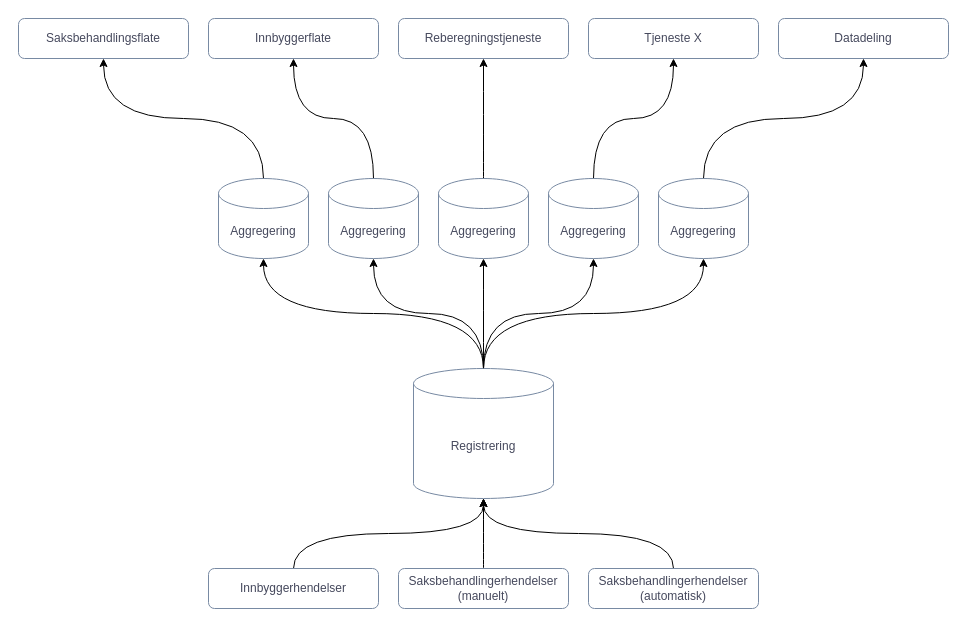
Earlier version of the draw.io diagram docs/test.drawio (navikt/dp-dokumentasjon). Source tidied: cells renumbered, new cells numbered last; positions are measured from the earlier drawing's top-left corner, leaving out a move shared by most shapes. Both pictures are drawn from the tidied source at 100%, with x=0, y=0 at pixel (18, 18).
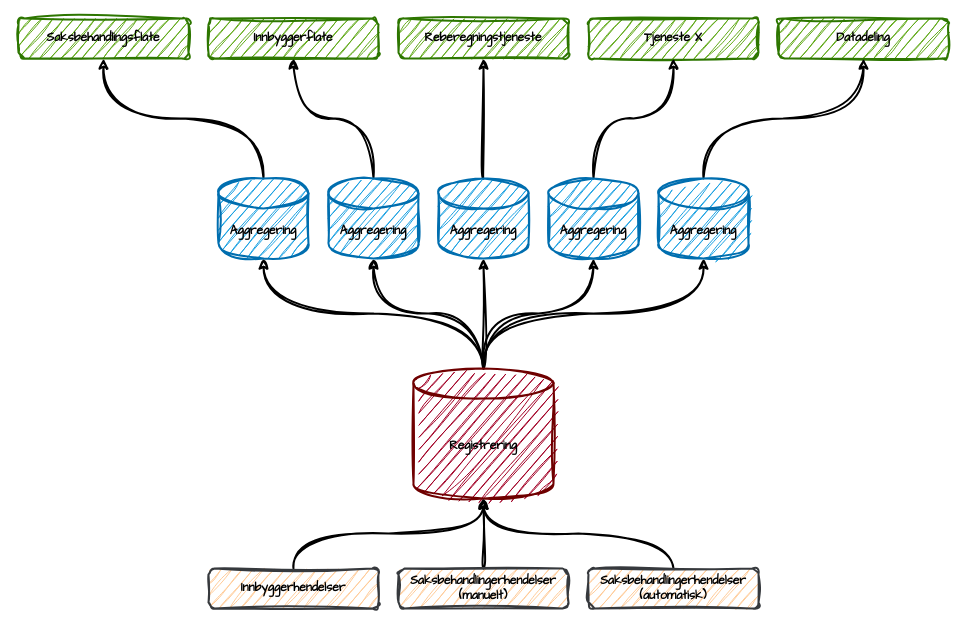
Above is the later version.

Change to the diagram source:
```diff
@@
-    <mxCell id="2" value="Saksbehandlingsflate" style="rounded=1;whiteSpace=wrap;html=1;strokeColor=#788AA3;fontColor=#46495D;fillColor=none;" parent="1" vertex="1">
+    <mxCell id="2" value="Saksbehandlingsflate" style="rounded=1;whiteSpace=wrap;html=1;strokeColor=#2D7600;fontColor=#000000;fillColor=#60a917;sketch=1;curveFitting=1;jiggle=2;strokeWidth=2;fontFamily=Comic Sans MS;fillStyle=auto;fontStyle=1;" parent="1" vertex="1">
       <mxGeometry width="170" height="40" as="geometry" />
     </mxCell>
-    <mxCell id="3" value="Innbyggerflate" style="rounded=1;whiteSpace=wrap;html=1;strokeColor=#788AA3;fontColor=#46495D;fillColor=none;" parent="1" vertex="1">
+    <mxCell id="3" value="Innbyggerflate" style="rounded=1;whiteSpace=wrap;html=1;strokeColor=#2D7600;fontColor=#000000;fillColor=#60a917;sketch=1;curveFitting=1;jiggle=2;strokeWidth=2;fontFamily=Comic Sans MS;fillStyle=auto;fontStyle=1;" parent="1" vertex="1">
       <mxGeometry x="190" width="170" height="40" as="geometry" />
     </mxCell>
-    <mxCell id="4" value="Reberegningstjeneste" style="rounded=1;whiteSpace=wrap;html=1;strokeColor=#788AA3;fontColor=#46495D;fillColor=none;" parent="1" vertex="1">
+    <mxCell id="4" value="Reberegningstjeneste" style="rounded=1;whiteSpace=wrap;html=1;strokeColor=#2D7600;fontColor=#000000;fillColor=#60a917;sketch=1;curveFitting=1;jiggle=2;strokeWidth=2;fontFamily=Comic Sans MS;fillStyle=auto;fontStyle=1;" parent="1" vertex="1">
       <mxGeometry x="380" width="170" height="40" as="geometry" />
     </mxCell>
-    <mxCell id="5" value="Tjeneste X" style="rounded=1;whiteSpace=wrap;html=1;strokeColor=#788AA3;fontColor=#46495D;fillColor=none;" parent="1" vertex="1">
+    <mxCell id="5" value="Tjeneste X" style="rounded=1;whiteSpace=wrap;html=1;strokeColor=#2D7600;fontColor=#000000;fillColor=#60a917;sketch=1;curveFitting=1;jiggle=2;strokeWidth=2;fontFamily=Comic Sans MS;fillStyle=auto;fontStyle=1;" parent="1" vertex="1">
       <mxGeometry x="570" width="170" height="40" as="geometry" />
     </mxCell>
-    <mxCell id="6" value="Datadeling" style="rounded=1;whiteSpace=wrap;html=1;strokeColor=#788AA3;fontColor=#46495D;fillColor=none;" parent="1" vertex="1">
+    <mxCell id="6" value="Datadeling" style="rounded=1;whiteSpace=wrap;html=1;strokeColor=#2D7600;fontColor=#000000;fillColor=#60a917;sketch=1;curveFitting=1;jiggle=2;strokeWidth=2;fontFamily=Comic Sans MS;fillStyle=auto;fontStyle=1;" parent="1" vertex="1">
       <mxGeometry x="760" width="170" height="40" as="geometry" />
     </mxCell>
-    <mxCell id="7" style="edgeStyle=orthogonalEdgeStyle;rounded=0;jettySize=auto;html=1;entryX=0.5;entryY=1;entryDx=0;entryDy=0;curved=1;exitX=0.5;exitY=0;exitDx=0;exitDy=0;exitPerimeter=0;" parent="1" edge="1" source="8" target="2">
+    <mxCell id="7" style="edgeStyle=orthogonalEdgeStyle;rounded=0;jettySize=auto;html=1;entryX=0.5;entryY=1;entryDx=0;entryDy=0;curved=1;exitX=0.5;exitY=0;exitDx=0;exitDy=0;exitPerimeter=0;sketch=1;curveFitting=1;jiggle=2;strokeWidth=2;fontFamily=Comic Sans MS;fontColor=#000000;fontStyle=1;" parent="1" edge="1" source="8" target="2">
       <mxGeometry relative="1" as="geometry" />
     </mxCell>
-    <mxCell id="8" value="Aggregering" style="shape=cylinder3;whiteSpace=wrap;html=1;boundedLbl=1;backgroundOutline=1;size=15;strokeColor=#788AA3;fontColor=#46495D;fillColor=none;" parent="1" vertex="1">
+    <mxCell id="8" value="Aggregering" style="shape=cylinder3;whiteSpace=wrap;html=1;boundedLbl=1;backgroundOutline=1;size=15;strokeColor=#006EAF;fontColor=#000000;fillColor=#1ba1e2;sketch=1;curveFitting=1;jiggle=2;strokeWidth=2;fontFamily=Comic Sans MS;fontStyle=1;" parent="1" vertex="1">
       <mxGeometry x="200" y="160" width="90" height="80" as="geometry" />
     </mxCell>
-    <mxCell id="9" style="edgeStyle=orthogonalEdgeStyle;curved=1;rounded=0;jettySize=auto;html=1;entryX=0.5;entryY=1;entryDx=0;entryDy=0;entryPerimeter=0;exitX=0.5;exitY=0;exitDx=0;exitDy=0;exitPerimeter=0;" parent="1" edge="1" source="14" target="8">
+    <mxCell id="9" style="edgeStyle=orthogonalEdgeStyle;curved=1;rounded=0;jettySize=auto;html=1;entryX=0.5;entryY=1;entryDx=0;entryDy=0;entryPerimeter=0;exitX=0.5;exitY=0;exitDx=0;exitDy=0;exitPerimeter=0;sketch=1;curveFitting=1;jiggle=2;strokeWidth=2;fontFamily=Comic Sans MS;fontColor=#000000;fontStyle=1;" parent="1" edge="1" source="14" target="8">
       <mxGeometry relative="1" as="geometry" />
     </mxCell>
-    <mxCell id="10" style="edgeStyle=orthogonalEdgeStyle;curved=1;rounded=0;jettySize=auto;html=1;entryX=0.5;entryY=1;entryDx=0;entryDy=0;entryPerimeter=0;" parent="1" edge="1" source="14" target="16">
+    <mxCell id="10" style="edgeStyle=orthogonalEdgeStyle;curved=1;rounded=0;jettySize=auto;html=1;entryX=0.5;entryY=1;entryDx=0;entryDy=0;entryPerimeter=0;sketch=1;curveFitting=1;jiggle=2;strokeWidth=2;fontFamily=Comic Sans MS;fontColor=#000000;fontStyle=1;" parent="1" edge="1" source="14" target="16">
       <mxGeometry relative="1" as="geometry" />
     </mxCell>
-    <mxCell id="11" style="edgeStyle=orthogonalEdgeStyle;curved=1;rounded=0;jettySize=auto;html=1;entryX=0.5;entryY=1;entryDx=0;entryDy=0;entryPerimeter=0;" parent="1" edge="1" source="14" target="18">
+    <mxCell id="11" style="edgeStyle=orthogonalEdgeStyle;curved=1;rounded=0;jettySize=auto;html=1;entryX=0.5;entryY=1;entryDx=0;entryDy=0;entryPerimeter=0;sketch=1;curveFitting=1;jiggle=2;strokeWidth=2;fontFamily=Comic Sans MS;fontColor=#000000;fontStyle=1;" parent="1" edge="1" source="14" target="18">
       <mxGeometry relative="1" as="geometry" />
     </mxCell>
-    <mxCell id="12" style="edgeStyle=orthogonalEdgeStyle;curved=1;rounded=0;jettySize=auto;html=1;entryX=0.5;entryY=1;entryDx=0;entryDy=0;entryPerimeter=0;" parent="1" edge="1" source="14" target="20">
+    <mxCell id="12" style="edgeStyle=orthogonalEdgeStyle;curved=1;rounded=0;jettySize=auto;html=1;entryX=0.5;entryY=1;entryDx=0;entryDy=0;entryPerimeter=0;sketch=1;curveFitting=1;jiggle=2;strokeWidth=2;fontFamily=Comic Sans MS;fontColor=#000000;fontStyle=1;" parent="1" edge="1" source="14" target="20">
       <mxGeometry relative="1" as="geometry" />
     </mxCell>
-    <mxCell id="13" style="edgeStyle=orthogonalEdgeStyle;curved=1;rounded=0;jettySize=auto;html=1;entryX=0.5;entryY=1;entryDx=0;entryDy=0;entryPerimeter=0;exitX=0.5;exitY=0;exitDx=0;exitDy=0;exitPerimeter=0;" parent="1" edge="1" source="14" target="22">
+    <mxCell id="13" style="edgeStyle=orthogonalEdgeStyle;curved=1;rounded=0;jettySize=auto;html=1;entryX=0.5;entryY=1;entryDx=0;entryDy=0;entryPerimeter=0;exitX=0.5;exitY=0;exitDx=0;exitDy=0;exitPerimeter=0;sketch=1;curveFitting=1;jiggle=2;strokeWidth=2;fontFamily=Comic Sans MS;fontColor=#000000;fontStyle=1;" parent="1" edge="1" source="14" target="22">
       <mxGeometry relative="1" as="geometry" />
     </mxCell>
-    <mxCell id="14" value="Registrering" style="shape=cylinder3;whiteSpace=wrap;html=1;boundedLbl=1;backgroundOutline=1;size=15;strokeColor=#788AA3;fontColor=#46495D;fillColor=none;" parent="1" vertex="1">
+    <mxCell id="14" value="Registrering" style="shape=cylinder3;whiteSpace=wrap;html=1;boundedLbl=1;backgroundOutline=1;size=15;strokeColor=#6F0000;fontColor=#000000;fillColor=#a20025;sketch=1;curveFitting=1;jiggle=2;strokeWidth=2;fontFamily=Comic Sans MS;fontStyle=1;" parent="1" vertex="1">
       <mxGeometry x="395" y="350" width="140" height="130" as="geometry" />
     </mxCell>
-    <mxCell id="15" style="edgeStyle=orthogonalEdgeStyle;curved=1;rounded=0;jettySize=auto;html=1;entryX=0.5;entryY=1;entryDx=0;entryDy=0;" parent="1" edge="1" source="16" target="3">
+    <mxCell id="15" style="edgeStyle=orthogonalEdgeStyle;curved=1;rounded=0;jettySize=auto;html=1;entryX=0.5;entryY=1;entryDx=0;entryDy=0;sketch=1;curveFitting=1;jiggle=2;strokeWidth=2;fontFamily=Comic Sans MS;fontColor=#000000;fontStyle=1;" parent="1" edge="1" source="16" target="3">
       <mxGeometry relative="1" as="geometry" />
     </mxCell>
-    <mxCell id="16" value="Aggregering" style="shape=cylinder3;whiteSpace=wrap;html=1;boundedLbl=1;backgroundOutline=1;size=15;strokeColor=#788AA3;fontColor=#46495D;fillColor=none;" parent="1" vertex="1">
+    <mxCell id="16" value="Aggregering" style="shape=cylinder3;whiteSpace=wrap;html=1;boundedLbl=1;backgroundOutline=1;size=15;strokeColor=#006EAF;fontColor=#000000;fillColor=#1ba1e2;sketch=1;curveFitting=1;jiggle=2;strokeWidth=2;fontFamily=Comic Sans MS;fontStyle=1;" parent="1" vertex="1">
       <mxGeometry x="310" y="160" width="90" height="80" as="geometry" />
     </mxCell>
-    <mxCell id="17" style="edgeStyle=orthogonalEdgeStyle;curved=1;rounded=0;jettySize=auto;html=1;entryX=0.5;entryY=1;entryDx=0;entryDy=0;" parent="1" edge="1" source="18" target="4">
+    <mxCell id="17" style="edgeStyle=orthogonalEdgeStyle;curved=1;rounded=0;jettySize=auto;html=1;entryX=0.5;entryY=1;entryDx=0;entryDy=0;sketch=1;curveFitting=1;jiggle=2;strokeWidth=2;fontFamily=Comic Sans MS;fontColor=#000000;fontStyle=1;" parent="1" edge="1" source="18" target="4">
       <mxGeometry relative="1" as="geometry" />
     </mxCell>
-    <mxCell id="18" value="Aggregering" style="shape=cylinder3;whiteSpace=wrap;html=1;boundedLbl=1;backgroundOutline=1;size=15;strokeColor=#788AA3;fontColor=#46495D;fillColor=none;" parent="1" vertex="1">
+    <mxCell id="18" value="Aggregering" style="shape=cylinder3;whiteSpace=wrap;html=1;boundedLbl=1;backgroundOutline=1;size=15;strokeColor=#006EAF;fontColor=#000000;fillColor=#1ba1e2;sketch=1;curveFitting=1;jiggle=2;strokeWidth=2;fontFamily=Comic Sans MS;fontStyle=1;" parent="1" vertex="1">
       <mxGeometry x="420" y="160" width="90" height="80" as="geometry" />
     </mxCell>
-    <mxCell id="19" style="edgeStyle=orthogonalEdgeStyle;curved=1;rounded=0;jettySize=auto;html=1;entryX=0.5;entryY=1;entryDx=0;entryDy=0;" parent="1" edge="1" source="20" target="5">
+    <mxCell id="19" style="edgeStyle=orthogonalEdgeStyle;curved=1;rounded=0;jettySize=auto;html=1;entryX=0.5;entryY=1;entryDx=0;entryDy=0;sketch=1;curveFitting=1;jiggle=2;strokeWidth=2;fontFamily=Comic Sans MS;fontColor=#000000;fontStyle=1;" parent="1" edge="1" source="20" target="5">
       <mxGeometry relative="1" as="geometry" />
     </mxCell>
-    <mxCell id="20" value="Aggregering" style="shape=cylinder3;whiteSpace=wrap;html=1;boundedLbl=1;backgroundOutline=1;size=15;strokeColor=#788AA3;fontColor=#46495D;fillColor=none;" parent="1" vertex="1">
+    <mxCell id="20" value="Aggregering" style="shape=cylinder3;whiteSpace=wrap;html=1;boundedLbl=1;backgroundOutline=1;size=15;strokeColor=#006EAF;fontColor=#000000;fillColor=#1ba1e2;sketch=1;curveFitting=1;jiggle=2;strokeWidth=2;fontFamily=Comic Sans MS;fontStyle=1;" parent="1" vertex="1">
       <mxGeometry x="530" y="160" width="90" height="80" as="geometry" />
     </mxCell>
-    <mxCell id="21" style="edgeStyle=orthogonalEdgeStyle;curved=1;rounded=0;jettySize=auto;html=1;entryX=0.5;entryY=1;entryDx=0;entryDy=0;exitX=0.5;exitY=0;exitDx=0;exitDy=0;exitPerimeter=0;" parent="1" edge="1" source="22" target="6">
+    <mxCell id="21" style="edgeStyle=orthogonalEdgeStyle;curved=1;rounded=0;jettySize=auto;html=1;entryX=0.5;entryY=1;entryDx=0;entryDy=0;exitX=0.5;exitY=0;exitDx=0;exitDy=0;exitPerimeter=0;sketch=1;curveFitting=1;jiggle=2;strokeWidth=2;fontFamily=Comic Sans MS;fontColor=#000000;fontStyle=1;" parent="1" edge="1" source="22" target="6">
       <mxGeometry relative="1" as="geometry" />
     </mxCell>
-    <mxCell id="22" value="Aggregering" style="shape=cylinder3;whiteSpace=wrap;html=1;boundedLbl=1;backgroundOutline=1;size=15;strokeColor=#788AA3;fontColor=#46495D;fillColor=none;" parent="1" vertex="1">
+    <mxCell id="22" value="Aggregering" style="shape=cylinder3;whiteSpace=wrap;html=1;boundedLbl=1;backgroundOutline=1;size=15;strokeColor=#006EAF;fontColor=#000000;fillColor=#1ba1e2;sketch=1;curveFitting=1;jiggle=2;strokeWidth=2;fontFamily=Comic Sans MS;fontStyle=1;" parent="1" vertex="1">
       <mxGeometry x="640" y="160" width="90" height="80" as="geometry" />
     </mxCell>
-    <mxCell id="23" style="edgeStyle=orthogonalEdgeStyle;curved=1;rounded=0;jettySize=auto;html=1;entryX=0.5;entryY=1;entryDx=0;entryDy=0;entryPerimeter=0;exitX=0.5;exitY=0;exitDx=0;exitDy=0;" parent="1" edge="1" source="24" target="14">
+    <mxCell id="23" style="edgeStyle=orthogonalEdgeStyle;curved=1;rounded=0;jettySize=auto;html=1;entryX=0.5;entryY=1;entryDx=0;entryDy=0;entryPerimeter=0;exitX=0.5;exitY=0;exitDx=0;exitDy=0;sketch=1;curveFitting=1;jiggle=2;strokeWidth=2;fontFamily=Comic Sans MS;fontColor=#000000;fontStyle=1;" parent="1" edge="1" source="24" target="14">
       <mxGeometry relative="1" as="geometry" />
     </mxCell>
-    <mxCell id="24" value="Innbyggerhendelser" style="rounded=1;whiteSpace=wrap;html=1;strokeColor=#788AA3;fontColor=#46495D;fillColor=none;" parent="1" vertex="1">
+    <mxCell id="24" value="Innbyggerhendelser" style="rounded=1;whiteSpace=wrap;html=1;strokeColor=#36393d;fillColor=#ffcc99;sketch=1;curveFitting=1;jiggle=2;strokeWidth=2;fontFamily=Comic Sans MS;fontColor=#000000;fontStyle=1;" parent="1" vertex="1">
       <mxGeometry x="190" y="550" width="170" height="40" as="geometry" />
     </mxCell>
-    <mxCell id="25" style="edgeStyle=orthogonalEdgeStyle;curved=1;rounded=0;jettySize=auto;html=1;entryX=0.5;entryY=1;entryDx=0;entryDy=0;entryPerimeter=0;" parent="1" edge="1" source="26" target="14">
+    <mxCell id="25" style="edgeStyle=orthogonalEdgeStyle;curved=1;rounded=0;jettySize=auto;html=1;entryX=0.5;entryY=1;entryDx=0;entryDy=0;entryPerimeter=0;sketch=1;curveFitting=1;jiggle=2;strokeWidth=2;fontFamily=Comic Sans MS;fontColor=#000000;fontStyle=1;" parent="1" edge="1" source="26" target="14">
       <mxGeometry relative="1" as="geometry" />
     </mxCell>
-    <mxCell id="26" value="Saksbehandlingerhendelser&lt;br&gt;(manuelt)" style="rounded=1;whiteSpace=wrap;html=1;strokeColor=#788AA3;fontColor=#46495D;fillColor=none;" parent="1" vertex="1">
+    <mxCell id="26" value="Saksbehandlingerhendelser&lt;br&gt;(manuelt)" style="rounded=1;whiteSpace=wrap;html=1;strokeColor=#36393d;fillColor=#ffcc99;sketch=1;curveFitting=1;jiggle=2;strokeWidth=2;fontFamily=Comic Sans MS;fontColor=#000000;fontStyle=1;" parent="1" vertex="1">
       <mxGeometry x="380" y="550" width="170" height="40" as="geometry" />
     </mxCell>
-    <mxCell id="27" style="edgeStyle=orthogonalEdgeStyle;curved=1;rounded=0;jettySize=auto;html=1;exitX=0.5;exitY=0;exitDx=0;exitDy=0;entryX=0.5;entryY=1;entryDx=0;entryDy=0;entryPerimeter=0;" parent="1" edge="1" source="28" target="14">
+    <mxCell id="27" style="edgeStyle=orthogonalEdgeStyle;curved=1;rounded=0;jettySize=auto;html=1;exitX=0.5;exitY=0;exitDx=0;exitDy=0;entryX=0.5;entryY=1;entryDx=0;entryDy=0;entryPerimeter=0;sketch=1;curveFitting=1;jiggle=2;strokeWidth=2;fontFamily=Comic Sans MS;fontColor=#000000;fontStyle=1;" parent="1" edge="1" source="28" target="14">
       <mxGeometry relative="1" as="geometry" />
     </mxCell>
-    <mxCell id="28" value="Saksbehandlingerhendelser&lt;br&gt;(automatisk)" style="rounded=1;whiteSpace=wrap;html=1;strokeColor=#788AA3;fontColor=#46495D;fillColor=none;" parent="1" vertex="1">
+    <mxCell id="28" value="Saksbehandlingerhendelser&lt;br&gt;(automatisk)" style="rounded=1;whiteSpace=wrap;html=1;strokeColor=#36393d;fillColor=#ffcc99;sketch=1;curveFitting=1;jiggle=2;strokeWidth=2;fontFamily=Comic Sans MS;fontColor=#000000;fontStyle=1;" parent="1" vertex="1">
       <mxGeometry x="570" y="550" width="170" height="40" as="geometry" />
     </mxCell>
```
